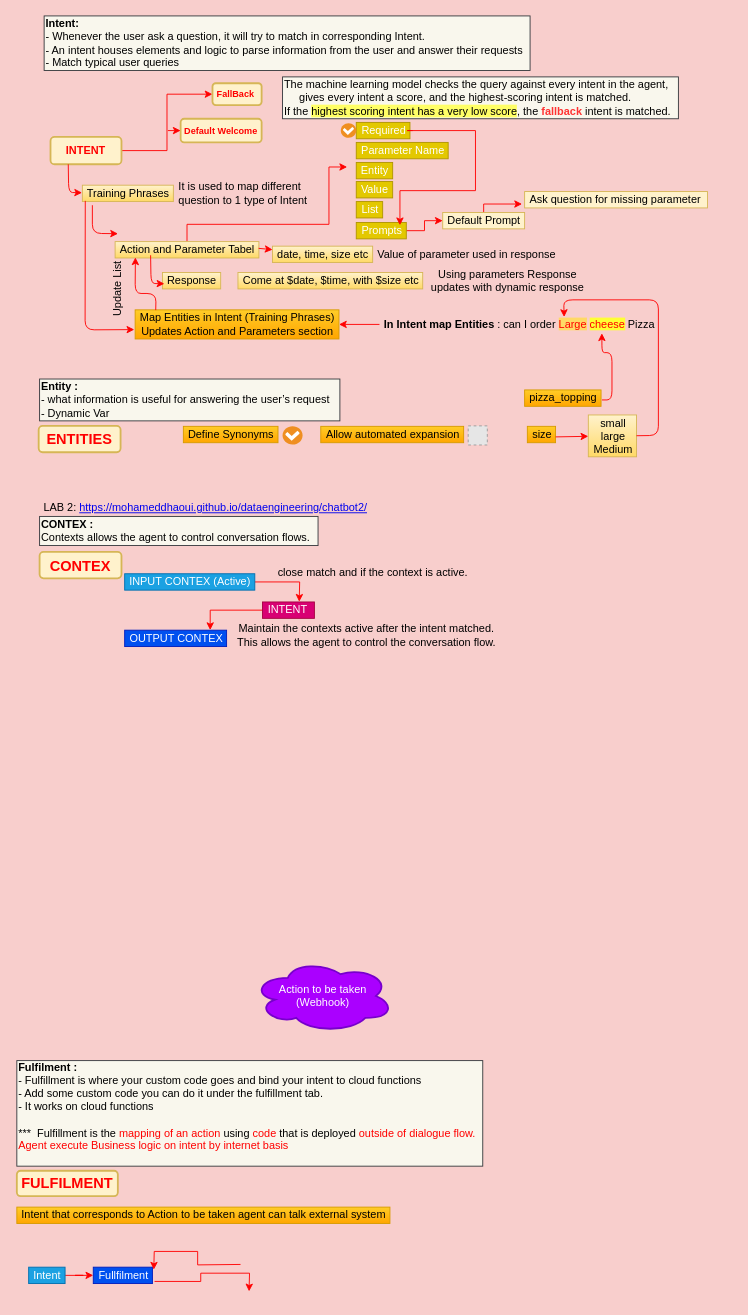
Before: page "DialogueFlow" (2 of 3) of MyKnowledgeBoard.drawio in smkcoder/BuildingConversationalExp, a draw.io diagram. Source tidied: cells renumbered, new cells numbered last; positions are measured from the earlier drawing's top-left corner, leaving out a move shared by most shapes. Both pictures are drawn from the tidied source at 91%, with x=0, y=0 at pixel (16, 15). Pictures stored in the file or linked from it are replaced by grey dashed boxes.
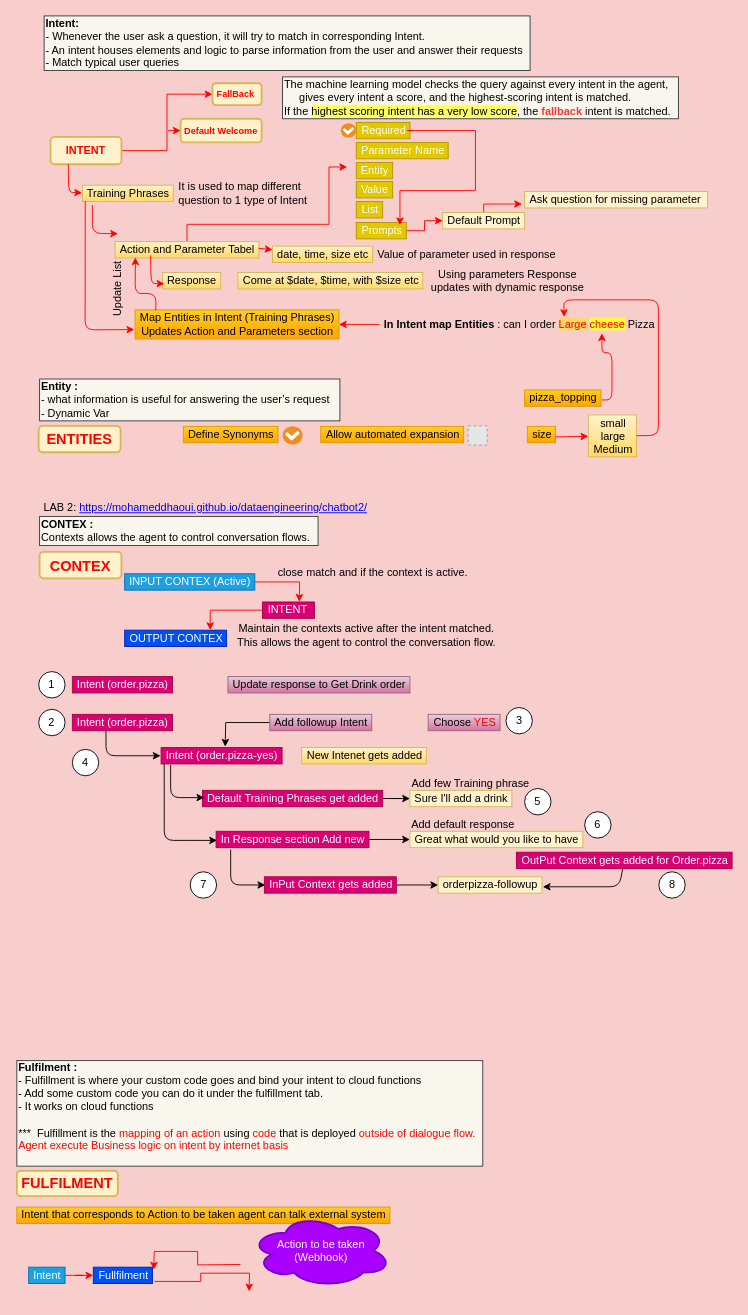
Above is the later version.

What changed in the source:
```diff
@@
     <mxCell id="69" value="Action to be taken&lt;br&gt;(Webhook)" style="ellipse;shape=cloud;whiteSpace=wrap;html=1;strokeWidth=2;fillColor=#aa00ff;strokeColor=#7700CC;fontColor=#ffffff;" parent="1" vertex="1">
-      <mxGeometry x="259" y="1037" width="155" height="80" as="geometry" />
+      <mxGeometry x="256.5" y="1317" width="155" height="80" as="geometry" />
     </mxCell>
@@
+    <mxCell id="71" value="1" style="ellipse;whiteSpace=wrap;html=1;" parent="1" vertex="1">
+      <mxGeometry x="24" y="720.5" width="29" height="29" as="geometry" />
+    </mxCell>
+    <mxCell id="72" value="Intent (order.pizza)" style="text;html=1;align=center;verticalAlign=middle;fillColor=#d80073;strokeColor=#A50040;fontColor=#ffffff;" parent="1" vertex="1">
+      <mxGeometry x="61" y="726" width="110" height="18" as="geometry" />
+    </mxCell>
+    <mxCell id="73" value="Update response to Get Drink order" style="text;html=1;align=center;verticalAlign=middle;gradientColor=#d5739d;fillColor=#e6d0de;strokeColor=#996185;" parent="1" vertex="1">
+      <mxGeometry x="232" y="726" width="200" height="18" as="geometry" />
+    </mxCell>
+    <mxCell id="74" value="2" style="ellipse;whiteSpace=wrap;html=1;" parent="1" vertex="1">
+      <mxGeometry x="24" y="762" width="29" height="29" as="geometry" />
+    </mxCell>
+    <mxCell id="75" value="Intent (order.pizza)" style="text;html=1;align=center;verticalAlign=middle;points=[];fillColor=#d80073;strokeColor=#A50040;fontColor=#ffffff;" parent="1" vertex="1">
+      <mxGeometry x="61" y="767.5" width="110" height="18" as="geometry" />
+    </mxCell>
+    <mxCell id="76" style="edgeStyle=orthogonalEdgeStyle;rounded=0;jettySize=auto;html=1;" parent="1" edge="1" source="77">
+      <mxGeometry relative="1" as="geometry">
+        <mxPoint x="229" y="803" as="targetPoint" />
+      </mxGeometry>
+    </mxCell>
+    <mxCell id="77" value="Add followup Intent" style="text;html=1;align=center;verticalAlign=middle;points=[];gradientColor=#d5739d;fillColor=#e6d0de;strokeColor=#996185;" parent="1" vertex="1">
+      <mxGeometry x="278" y="767.5" width="112" height="18" as="geometry" />
+    </mxCell>
+    <mxCell id="78" value="Choose &lt;font color=&quot;#ff0000&quot;&gt;YES&lt;/font&gt;" style="text;html=1;align=center;verticalAlign=middle;gradientColor=#d5739d;fillColor=#e6d0de;strokeColor=#996185;" parent="1" vertex="1">
+      <mxGeometry x="452" y="767.5" width="79" height="18" as="geometry" />
+    </mxCell>
+    <mxCell id="79" value="Intent (order.pizza-yes)" style="text;html=1;align=center;verticalAlign=middle;points=[];fillColor=#d80073;strokeColor=#A50040;fontColor=#ffffff;" parent="1" vertex="1">
+      <mxGeometry x="158.5" y="804" width="133" height="18" as="geometry" />
+    </mxCell>
+    <mxCell id="80" value="New Intenet gets added" style="text;html=1;align=center;verticalAlign=middle;gradientColor=#ffd966;fillColor=#fff2cc;strokeColor=#d6b656;" parent="1" vertex="1">
+      <mxGeometry x="313" y="804" width="137" height="18" as="geometry" />
+    </mxCell>
+    <mxCell id="81" style="edgeStyle=orthogonalEdgeStyle;rounded=0;jettySize=auto;html=1;" parent="1" edge="1" source="82" target="83">
+      <mxGeometry relative="1" as="geometry" />
+    </mxCell>
+    <mxCell id="82" value="Default Training Phrases get added" style="text;html=1;align=center;verticalAlign=middle;points=[];fillColor=#d80073;strokeColor=#A50040;fontColor=#ffffff;" parent="1" vertex="1">
+      <mxGeometry x="204" y="851" width="198" height="18" as="geometry" />
+    </mxCell>
+    <mxCell id="83" value="Sure I'll add a drink" style="text;html=1;align=center;verticalAlign=middle;points=[];fillColor=#fff2cc;strokeColor=#d6b656;" parent="1" vertex="1">
+      <mxGeometry x="432" y="851" width="112" height="18" as="geometry" />
+    </mxCell>
+    <mxCell id="84" style="edgeStyle=orthogonalEdgeStyle;rounded=0;jettySize=auto;html=1;" parent="1" edge="1" source="85" target="86">
+      <mxGeometry relative="1" as="geometry" />
+    </mxCell>
+    <mxCell id="85" value="In Response section Add new" style="text;html=1;align=center;verticalAlign=middle;points=[];fillColor=#d80073;strokeColor=#A50040;fontColor=#ffffff;" parent="1" vertex="1">
+      <mxGeometry x="219" y="896" width="168" height="18" as="geometry" />
+    </mxCell>
+    <mxCell id="86" value="Great what would you like to have" style="text;html=1;align=center;verticalAlign=middle;points=[];fillColor=#fff2cc;strokeColor=#d6b656;" parent="1" vertex="1">
+      <mxGeometry x="432" y="896" width="190" height="18" as="geometry" />
+    </mxCell>
+    <mxCell id="87" value="3" style="ellipse;whiteSpace=wrap;html=1;" parent="1" vertex="1">
+      <mxGeometry x="537.5" y="760" width="29" height="29" as="geometry" />
+    </mxCell>
+    <mxCell id="88" style="endArrow=classic;html=1;exitX=0.336;exitY=0.972;exitDx=0;exitDy=0;exitPerimeter=0;entryX=-0.004;entryY=0.5;entryDx=0;entryDy=0;entryPerimeter=0;" parent="1" edge="1" source="75" target="79">
+      <mxGeometry relative="1" as="geometry">
+        <Array as="points">
+          <mxPoint x="98" y="813" />
+        </Array>
+      </mxGeometry>
+    </mxCell>
+    <mxCell id="89" value="4" style="ellipse;whiteSpace=wrap;html=1;" parent="1" vertex="1">
+      <mxGeometry x="61" y="806" width="29" height="29" as="geometry" />
+    </mxCell>
+    <mxCell id="90" style="endArrow=classic;html=1;entryX=0.01;entryY=0.444;entryDx=0;entryDy=0;entryPerimeter=0;" parent="1" edge="1" target="82">
+      <mxGeometry relative="1" as="geometry">
+        <mxPoint x="169" y="823" as="sourcePoint" />
+        <Array as="points">
+          <mxPoint x="169" y="859" />
+        </Array>
+      </mxGeometry>
+    </mxCell>
+    <mxCell id="91" value="Add few Training phrase&amp;nbsp;" style="text;html=1;align=center;verticalAlign=middle;" parent="1" vertex="1">
+      <mxGeometry x="428" y="835" width="143" height="18" as="geometry" />
+    </mxCell>
+    <mxCell id="92" style="endArrow=classic;html=1;entryX=0.006;entryY=0.556;entryDx=0;entryDy=0;entryPerimeter=0;exitX=0.026;exitY=1;exitDx=0;exitDy=0;exitPerimeter=0;" parent="1" edge="1" source="79" target="85">
+      <mxGeometry relative="1" as="geometry">
+        <Array as="points">
+          <mxPoint x="162" y="906" />
+        </Array>
+      </mxGeometry>
+    </mxCell>
+    <mxCell id="93" value="Add default response" style="text;html=1;align=center;verticalAlign=middle;" parent="1" vertex="1">
+      <mxGeometry x="428" y="880" width="123" height="18" as="geometry" />
+    </mxCell>
+    <mxCell id="94" style="edgeStyle=orthogonalEdgeStyle;rounded=0;jettySize=auto;html=1;" parent="1" edge="1" source="95" target="97">
+      <mxGeometry relative="1" as="geometry" />
+    </mxCell>
+    <mxCell id="95" value="InPut Context gets added" style="text;html=1;align=center;verticalAlign=middle;points=[];fillColor=#d80073;strokeColor=#A50040;fontColor=#ffffff;" parent="1" vertex="1">
+      <mxGeometry x="272" y="946" width="145" height="18" as="geometry" />
+    </mxCell>
+    <mxCell id="96" style="endArrow=classic;html=1;entryX=0.006;entryY=0.556;entryDx=0;entryDy=0;entryPerimeter=0;" parent="1" edge="1">
+      <mxGeometry relative="1" as="geometry">
+        <mxPoint x="235" y="916" as="sourcePoint" />
+        <mxPoint x="273" y="955" as="targetPoint" />
+        <Array as="points">
+          <mxPoint x="235" y="955" />
+        </Array>
+      </mxGeometry>
+    </mxCell>
+    <mxCell id="97" value="orderpizza-followup" style="text;html=1;align=center;verticalAlign=middle;points=[];fillColor=#fff2cc;strokeColor=#d6b656;" parent="1" vertex="1">
+      <mxGeometry x="463" y="946" width="114" height="18" as="geometry" />
+    </mxCell>
+    <mxCell id="98" value="OutPut Context gets added for Order.pizza" style="text;html=1;align=center;verticalAlign=middle;points=[];fillColor=#d80073;strokeColor=#A50040;fontColor=#ffffff;" parent="1" vertex="1">
+      <mxGeometry x="549" y="919" width="237" height="18" as="geometry" />
+    </mxCell>
+    <mxCell id="99" value="5" style="ellipse;whiteSpace=wrap;html=1;" parent="1" vertex="1">
+      <mxGeometry x="558" y="849" width="29" height="29" as="geometry" />
+    </mxCell>
+    <mxCell id="100" value="6" style="ellipse;whiteSpace=wrap;html=1;" parent="1" vertex="1">
+      <mxGeometry x="624" y="874.5" width="29" height="29" as="geometry" />
+    </mxCell>
+    <mxCell id="101" value="7" style="ellipse;whiteSpace=wrap;html=1;" parent="1" vertex="1">
+      <mxGeometry x="190.5" y="940.5" width="29" height="29" as="geometry" />
+    </mxCell>
+    <mxCell id="102" value="8" style="ellipse;whiteSpace=wrap;html=1;" parent="1" vertex="1">
+      <mxGeometry x="705.5" y="940.5" width="29" height="29" as="geometry" />
+    </mxCell>
+    <mxCell id="103" style="endArrow=classic;html=1;" parent="1" edge="1" source="98">
+      <mxGeometry relative="1" as="geometry">
+        <mxPoint x="578" y="957" as="targetPoint" />
+        <Array as="points">
+          <mxPoint x="662" y="957" />
+        </Array>
+      </mxGeometry>
+    </mxCell>
```
